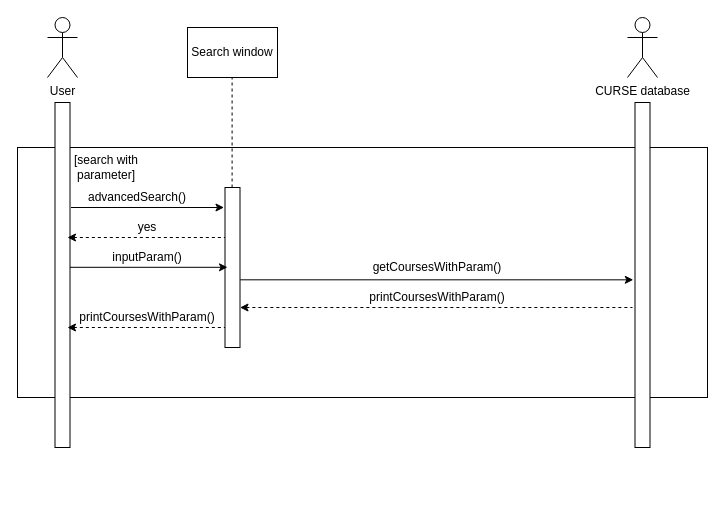
Earlier version of the draw.io diagram models/sequence_search_courses_by_parameters.drawio (stpilks99/APC-Assignment-5). Source tidied: cells renumbered, new cells numbered last; positions are measured from the earlier drawing's top-left corner, leaving out a move shared by most shapes. Both pictures are drawn from the tidied source at 100%, with x=0, y=0 at pixel (17, 17).
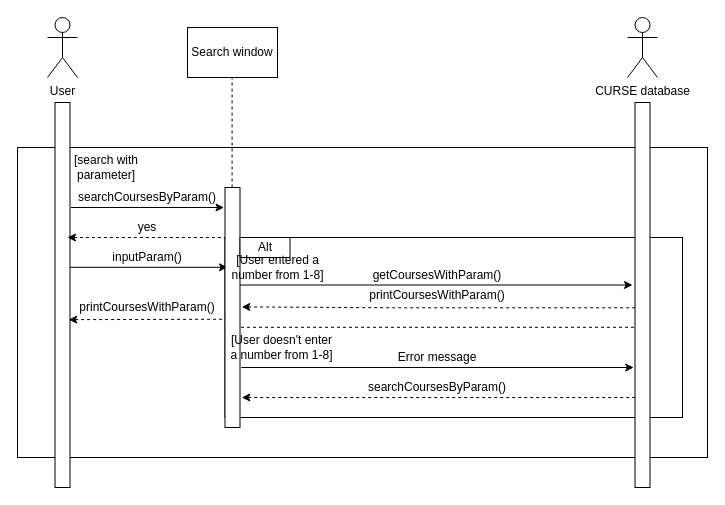
After the change.

What changed in the source:
```diff
@@
     <mxCell id="2" style="rounded=0;whiteSpace=wrap;html=1;" parent="1" vertex="1">
-      <mxGeometry y="130" width="690" height="250" as="geometry" />
+      <mxGeometry y="130" width="690" height="310" as="geometry" />
     </mxCell>
@@
     <mxCell id="5" style="rounded=0;whiteSpace=wrap;html=1;" parent="1" vertex="1">
-      <mxGeometry x="37.5" y="85" width="15" height="345" as="geometry" />
+      <mxGeometry x="37.5" y="85" width="15" height="385" as="geometry" />
     </mxCell>
-    <mxCell id="6" style="rounded=0;whiteSpace=wrap;html=1;" parent="1" vertex="1">
-      <mxGeometry x="617.5" y="85" width="15" height="345" as="geometry" />
-    </mxCell>
@@
-    <mxCell id="8" style="rounded=0;whiteSpace=wrap;html=1;" parent="1" vertex="1">
-      <mxGeometry x="207.5" y="170" width="15" height="160" as="geometry" />
-    </mxCell>
@@
-    <mxCell id="10" value="advancedSearch()" style="text;html=1;strokeColor=none;fillColor=none;align=center;verticalAlign=middle;whiteSpace=wrap;rounded=0;" parent="1" vertex="1">
-      <mxGeometry x="100" y="170" width="40" height="20" as="geometry" />
+    <mxCell id="10" value="searchCoursesByParam()" style="text;html=1;strokeColor=none;fillColor=none;align=center;verticalAlign=middle;whiteSpace=wrap;rounded=0;" parent="1" vertex="1">
+      <mxGeometry x="110" y="170" width="40" height="20" as="geometry" />
     </mxCell>
@@
-    <mxCell id="12" style="endArrow=classic;html=1;entryX=-0.113;entryY=0.514;entryDx=0;entryDy=0;exitX=1.011;exitY=0.577;exitDx=0;exitDy=0;exitPerimeter=0;entryPerimeter=0;" parent="1" edge="1" source="8" target="6">
-      <mxGeometry relative="1" as="geometry" />
-    </mxCell>
-    <mxCell id="13" value="getCoursesWithParam()" style="text;html=1;strokeColor=none;fillColor=none;align=center;verticalAlign=middle;whiteSpace=wrap;rounded=0;" parent="1" vertex="1">
-      <mxGeometry x="400" y="240" width="40" height="20" as="geometry" />
-    </mxCell>
-    <mxCell id="14" style="endArrow=none;dashed=1;html=1;startArrow=classic;startFill=1;" parent="1" edge="1">
-      <mxGeometry relative="1" as="geometry">
-        <mxPoint x="222.5" y="290" as="sourcePoint" />
-        <mxPoint x="615" y="290" as="targetPoint" />
-      </mxGeometry>
-    </mxCell>
-    <mxCell id="15" value="printCoursesWithParam()" style="text;html=1;strokeColor=none;fillColor=none;align=center;verticalAlign=middle;whiteSpace=wrap;rounded=0;" parent="1" vertex="1">
-      <mxGeometry x="400" y="270" width="40" height="20" as="geometry" />
-    </mxCell>
     <mxCell id="16" value="printCoursesWithParam()" style="text;html=1;strokeColor=none;fillColor=none;align=center;verticalAlign=middle;whiteSpace=wrap;rounded=0;" parent="1" vertex="1">
-      <mxGeometry x="110" y="290" width="40" height="20" as="geometry" />
+      <mxGeometry x="110" y="280" width="40" height="20" as="geometry" />
     </mxCell>
-    <mxCell id="17" style="endArrow=none;dashed=1;html=1;startArrow=classic;startFill=1;" parent="1" edge="1">
-      <mxGeometry relative="1" as="geometry">
-        <mxPoint x="50" y="310" as="sourcePoint" />
-        <mxPoint x="207.5" y="310" as="targetPoint" />
-      </mxGeometry>
-    </mxCell>
@@
+    <mxCell id="23" style="rounded=0;whiteSpace=wrap;html=1;" parent="1" vertex="1">
+      <mxGeometry x="207.5" y="220" width="457.5" height="180" as="geometry" />
+    </mxCell>
+    <mxCell id="6" style="rounded=0;whiteSpace=wrap;html=1;" parent="1" vertex="1">
+      <mxGeometry x="617.5" y="85" width="15" height="385" as="geometry" />
+    </mxCell>
+    <mxCell id="13" value="getCoursesWithParam()" style="text;html=1;strokeColor=none;fillColor=none;align=center;verticalAlign=middle;whiteSpace=wrap;rounded=0;" parent="1" vertex="1">
+      <mxGeometry x="400" y="247.5" width="40" height="20" as="geometry" />
+    </mxCell>
+    <mxCell id="15" value="printCoursesWithParam()" style="text;html=1;strokeColor=none;fillColor=none;align=center;verticalAlign=middle;whiteSpace=wrap;rounded=0;" parent="1" vertex="1">
+      <mxGeometry x="400" y="267.5" width="40" height="20" as="geometry" />
+    </mxCell>
+    <mxCell id="14" style="endArrow=none;dashed=1;html=1;startArrow=none;startFill=0;" parent="1" edge="1">
+      <mxGeometry relative="1" as="geometry">
+        <mxPoint x="223.5" y="309.8" as="sourcePoint" />
+        <mxPoint x="617.5" y="309.8" as="targetPoint" />
+        <Array as="points">
+          <mxPoint x="382.5" y="309.8" />
+        </Array>
+      </mxGeometry>
+    </mxCell>
+    <mxCell id="8" style="rounded=0;whiteSpace=wrap;html=1;" parent="1" vertex="1">
+      <mxGeometry x="207.5" y="170" width="15" height="240" as="geometry" />
+    </mxCell>
+    <mxCell id="24" value="Alt" style="rounded=0;whiteSpace=wrap;html=1;" parent="1" vertex="1">
+      <mxGeometry x="222.5" y="220" width="50" height="20" as="geometry" />
+    </mxCell>
+    <mxCell id="25" style="endArrow=classic;html=1;exitX=0.93;exitY=0.361;exitDx=0;exitDy=0;exitPerimeter=0;" parent="1" edge="1">
+      <mxGeometry relative="1" as="geometry">
+        <mxPoint x="222.5" y="267.5" as="sourcePoint" />
+        <mxPoint x="615" y="267.5" as="targetPoint" />
+      </mxGeometry>
+    </mxCell>
+    <mxCell id="26" value="[User entered a number from 1-8]" style="text;html=1;strokeColor=none;fillColor=none;align=center;verticalAlign=middle;whiteSpace=wrap;rounded=0;" parent="1" vertex="1">
+      <mxGeometry x="207.5" y="240" width="105" height="20" as="geometry" />
+    </mxCell>
+    <mxCell id="27" style="endArrow=none;dashed=1;html=1;startArrow=classic;startFill=1;exitX=0.917;exitY=0.564;exitDx=0;exitDy=0;exitPerimeter=0;entryX=0.023;entryY=0.549;entryDx=0;entryDy=0;entryPerimeter=0;" parent="1" edge="1" source="5" target="8">
+      <mxGeometry relative="1" as="geometry" />
+    </mxCell>
+    <mxCell id="28" value="[User doesn't enter a number from 1-8]" style="text;html=1;strokeColor=none;fillColor=none;align=center;verticalAlign=middle;whiteSpace=wrap;rounded=0;" parent="1" vertex="1">
+      <mxGeometry x="207.5" y="320" width="112.5" height="20" as="geometry" />
+    </mxCell>
+    <mxCell id="29" style="endArrow=classic;html=1;exitX=0.93;exitY=0.361;exitDx=0;exitDy=0;exitPerimeter=0;" parent="1" edge="1">
+      <mxGeometry relative="1" as="geometry">
+        <mxPoint x="223.8" y="350" as="sourcePoint" />
+        <mxPoint x="616.2" y="350" as="targetPoint" />
+      </mxGeometry>
+    </mxCell>
+    <mxCell id="30" style="endArrow=none;dashed=1;html=1;startArrow=classic;startFill=1;exitX=1.122;exitY=0.875;exitDx=0;exitDy=0;exitPerimeter=0;" parent="1" edge="1" source="8">
+      <mxGeometry relative="1" as="geometry">
+        <mxPoint x="617.5" y="380" as="targetPoint" />
+        <Array as="points">
+          <mxPoint x="382.5" y="380" />
+        </Array>
+      </mxGeometry>
+    </mxCell>
+    <mxCell id="31" value="Error message" style="text;html=1;strokeColor=none;fillColor=none;align=center;verticalAlign=middle;whiteSpace=wrap;rounded=0;" parent="1" vertex="1">
+      <mxGeometry x="375" y="330" width="90" height="20" as="geometry" />
+    </mxCell>
+    <mxCell id="32" value="searchCoursesByParam()" style="text;html=1;strokeColor=none;fillColor=none;align=center;verticalAlign=middle;whiteSpace=wrap;rounded=0;" parent="1" vertex="1">
+      <mxGeometry x="400" y="360" width="40" height="20" as="geometry" />
+    </mxCell>
+    <mxCell id="33" style="endArrow=none;dashed=1;html=1;startArrow=classic;startFill=1;exitX=1.001;exitY=0.472;exitDx=0;exitDy=0;exitPerimeter=0;" parent="1" edge="1">
+      <mxGeometry relative="1" as="geometry">
+        <mxPoint x="224.3" y="289.4" as="sourcePoint" />
+        <mxPoint x="617.5" y="290.3" as="targetPoint" />
+        <Array as="points">
+          <mxPoint x="382.5" y="290.3" />
+        </Array>
+      </mxGeometry>
+    </mxCell>
```
